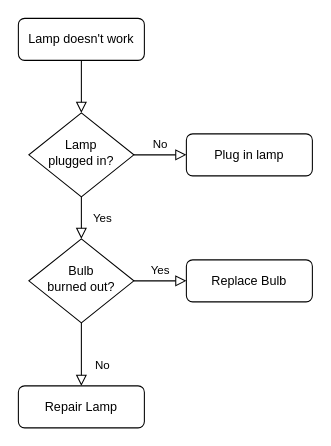
Before: nlp/KYC.drawio in MMMLMF/notes, a draw.io diagram. Source tidied: cells renumbered, new cells numbered last; positions are measured from the earlier drawing's top-left corner, leaving out a move shared by most shapes. Both pictures are drawn from the tidied source at 105%, with x=0, y=0 at pixel (18, 18).
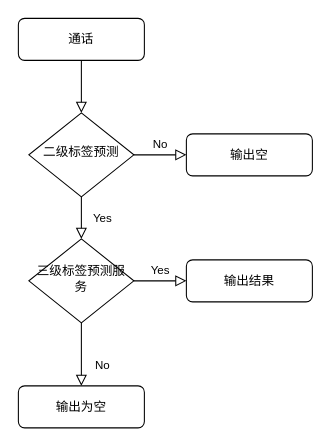
After the change.

What changed in the source:
```diff
@@
 <mxGraphModel>
   <root>
     <mxCell id="0" />
     <mxCell id="1" parent="0" />
     <mxCell id="2" style="rounded=0;html=1;jettySize=auto;fontSize=11;endArrow=block;endFill=0;endSize=8;strokeWidth=1;shadow=0;labelBackgroundColor=none;edgeStyle=orthogonalEdgeStyle;" parent="1" edge="1" source="3" target="6">
       <mxGeometry relative="1" as="geometry" />
     </mxCell>
-    <mxCell id="3" value="Lamp doesn't work" style="rounded=1;whiteSpace=wrap;html=1;fontSize=12;glass=0;strokeWidth=1;shadow=0;" parent="1" vertex="1">
+    <mxCell id="3" value="通话" style="rounded=1;whiteSpace=wrap;html=1;fontSize=12;glass=0;strokeWidth=1;shadow=0;" parent="1" vertex="1">
       <mxGeometry width="120" height="40" as="geometry" />
     </mxCell>
     <mxCell id="4" value="Yes" style="rounded=0;html=1;jettySize=auto;fontSize=11;endArrow=block;endFill=0;endSize=8;strokeWidth=1;shadow=0;labelBackgroundColor=none;edgeStyle=orthogonalEdgeStyle;" parent="1" edge="1" source="6" target="10">
       <mxGeometry y="20" relative="1" as="geometry" />
     </mxCell>
     <mxCell id="5" value="No" style="edgeStyle=orthogonalEdgeStyle;rounded=0;html=1;jettySize=auto;fontSize=11;endArrow=block;endFill=0;endSize=8;strokeWidth=1;shadow=0;labelBackgroundColor=none;" parent="1" edge="1" source="6" target="7">
       <mxGeometry y="10" relative="1" as="geometry" />
     </mxCell>
-    <mxCell id="6" value="Lamp&lt;br&gt;plugged in?" style="rhombus;whiteSpace=wrap;html=1;shadow=0;fontFamily=Helvetica;fontSize=12;align=center;strokeWidth=1;spacing=6;spacingTop=-4;" parent="1" vertex="1">
+    <mxCell id="6" value="二级标签预测" style="rhombus;whiteSpace=wrap;html=1;shadow=0;fontFamily=Helvetica;fontSize=12;align=center;strokeWidth=1;spacing=6;spacingTop=-4;" parent="1" vertex="1">
       <mxGeometry x="10" y="90" width="100" height="80" as="geometry" />
     </mxCell>
-    <mxCell id="7" value="Plug in lamp" style="rounded=1;whiteSpace=wrap;html=1;fontSize=12;glass=0;strokeWidth=1;shadow=0;" parent="1" vertex="1">
+    <mxCell id="7" value="输出空" style="rounded=1;whiteSpace=wrap;html=1;fontSize=12;glass=0;strokeWidth=1;shadow=0;" parent="1" vertex="1">
       <mxGeometry x="160" y="110" width="120" height="40" as="geometry" />
     </mxCell>
     <mxCell id="8" value="No" style="rounded=0;html=1;jettySize=auto;fontSize=11;endArrow=block;endFill=0;endSize=8;strokeWidth=1;shadow=0;labelBackgroundColor=none;edgeStyle=orthogonalEdgeStyle;" parent="1" edge="1" source="10" target="11">
       <mxGeometry x="0.33" y="20" relative="1" as="geometry" />
     </mxCell>
     <mxCell id="9" value="Yes" style="edgeStyle=orthogonalEdgeStyle;rounded=0;html=1;jettySize=auto;fontSize=11;endArrow=block;endFill=0;endSize=8;strokeWidth=1;shadow=0;labelBackgroundColor=none;" parent="1" edge="1" source="10" target="12">
       <mxGeometry y="10" relative="1" as="geometry" />
     </mxCell>
-    <mxCell id="10" value="Bulb&lt;br&gt;burned out?" style="rhombus;whiteSpace=wrap;html=1;shadow=0;fontFamily=Helvetica;fontSize=12;align=center;strokeWidth=1;spacing=6;spacingTop=-4;" parent="1" vertex="1">
+    <mxCell id="10" value="三级标签预测服务" style="rhombus;whiteSpace=wrap;html=1;shadow=0;fontFamily=Helvetica;fontSize=12;align=center;strokeWidth=1;spacing=6;spacingTop=-4;" parent="1" vertex="1">
       <mxGeometry x="10" y="210" width="100" height="80" as="geometry" />
     </mxCell>
-    <mxCell id="11" value="Repair Lamp" style="rounded=1;whiteSpace=wrap;html=1;fontSize=12;glass=0;strokeWidth=1;shadow=0;" parent="1" vertex="1">
+    <mxCell id="11" value="输出为空" style="rounded=1;whiteSpace=wrap;html=1;fontSize=12;glass=0;strokeWidth=1;shadow=0;" parent="1" vertex="1">
       <mxGeometry y="350" width="120" height="40" as="geometry" />
     </mxCell>
-    <mxCell id="12" value="Replace Bulb" style="rounded=1;whiteSpace=wrap;html=1;fontSize=12;glass=0;strokeWidth=1;shadow=0;" parent="1" vertex="1">
+    <mxCell id="12" value="输出结果" style="rounded=1;whiteSpace=wrap;html=1;fontSize=12;glass=0;strokeWidth=1;shadow=0;" parent="1" vertex="1">
       <mxGeometry x="160" y="230" width="120" height="40" as="geometry" />
     </mxCell>
   </root>
 </mxGraphModel>
```
